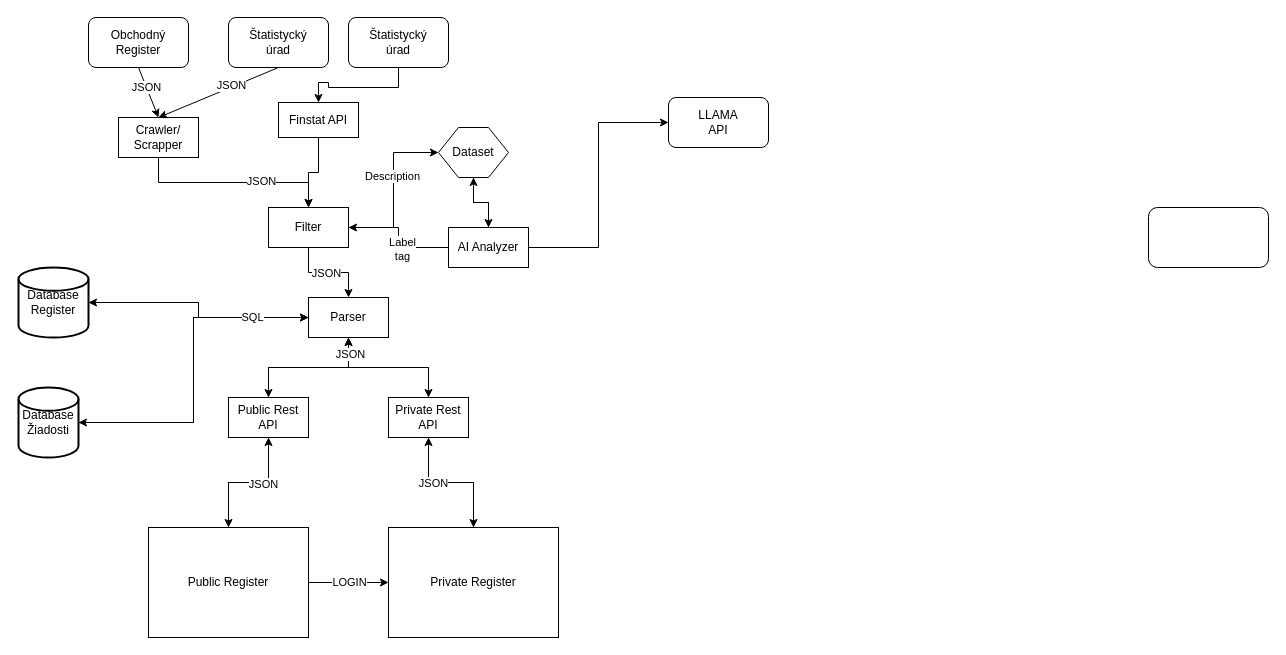
This is page "Full System" (2 of 2) of Untitled Diagram.drawio from nabrezie/.github, a draw.io file, before an edit. Source tidied: cells renumbered, new cells numbered last; positions are measured from the earlier drawing's top-left corner, leaving out a move shared by most shapes. Both pictures are drawn from the tidied source at 100%, with x=0, y=0 at pixel (18, 17).
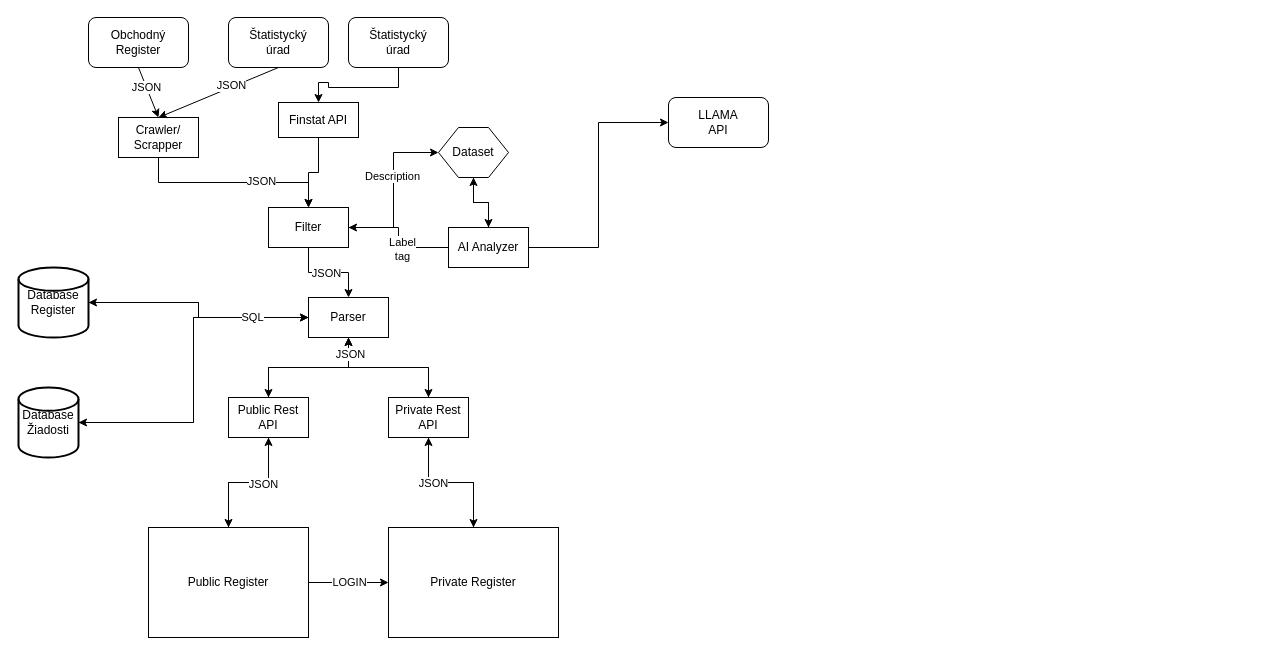
The same page after the edit.

Change to the diagram source:
```diff
@@
-    <mxCell id="49" style="rounded=1;whiteSpace=wrap;html=1;" parent="1" vertex="1">
-      <mxGeometry x="1130" y="190" width="120" height="60" as="geometry" />
-    </mxCell>
```
